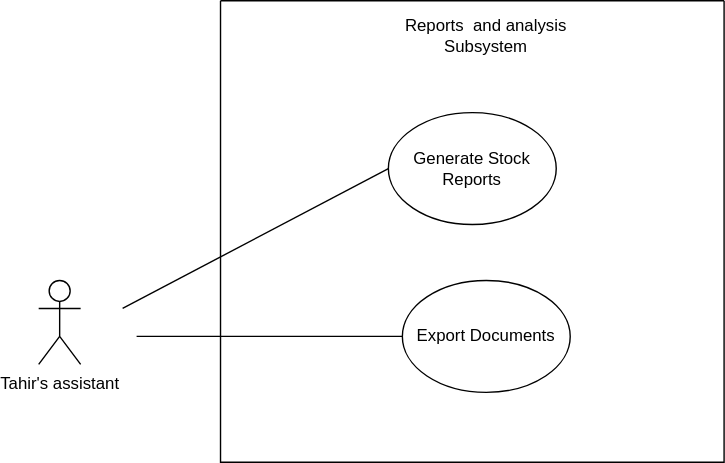
Earlier version of the draw.io export Reports_Analysis.svg (Simamkele88/IFM3_GP). Source tidied: cells renumbered, new cells last; positions are measured from the earlier drawing's top-left corner, leaving out a move shared by most shapes. Source of this version:
```xml
<mxGraphModel>
  <root>
    <mxCell id="0" />
    <mxCell id="1" parent="0" />
    <mxCell id="2" style="swimlane;startSize=0;" parent="1" vertex="1">
      <mxGeometry x="130" width="360" height="330" as="geometry" />
    </mxCell>
    <mxCell id="3" value="Reports&amp;nbsp; and analysis Subsystem" style="text;html=1;align=center;verticalAlign=middle;whiteSpace=wrap;rounded=0;" parent="2" vertex="1">
      <mxGeometry x="115" y="10" width="150" height="30" as="geometry" />
    </mxCell>
    <mxCell id="4" value="Generate Stock Reports" style="ellipse;whiteSpace=wrap;html=1;" parent="2" vertex="1">
      <mxGeometry x="120" y="80" width="120" height="80" as="geometry" />
    </mxCell>
    <mxCell id="5" value="Export Documents" style="ellipse;whiteSpace=wrap;html=1;" parent="2" vertex="1">
      <mxGeometry x="130" y="200" width="120" height="80" as="geometry" />
    </mxCell>
    <mxCell id="6" value="Tahir's assistant" style="shape=umlActor;verticalLabelPosition=bottom;verticalAlign=top;html=1;" parent="1" vertex="1">
      <mxGeometry y="200" width="30" height="60" as="geometry" />
    </mxCell>
    <mxCell id="7" style="endArrow=none;html=1;rounded=0;entryX=0;entryY=0.5;entryDx=0;entryDy=0;" parent="1" edge="1" target="4">
      <mxGeometry relative="1" as="geometry">
        <mxPoint x="60" y="220" as="sourcePoint" />
      </mxGeometry>
    </mxCell>
    <mxCell id="8" style="endArrow=none;html=1;rounded=0;entryX=0;entryY=0.5;entryDx=0;entryDy=0;" parent="1" edge="1" target="5">
      <mxGeometry relative="1" as="geometry">
        <mxPoint x="70" y="240" as="sourcePoint" />
      </mxGeometry>
    </mxCell>
  </root>
</mxGraphModel>
```
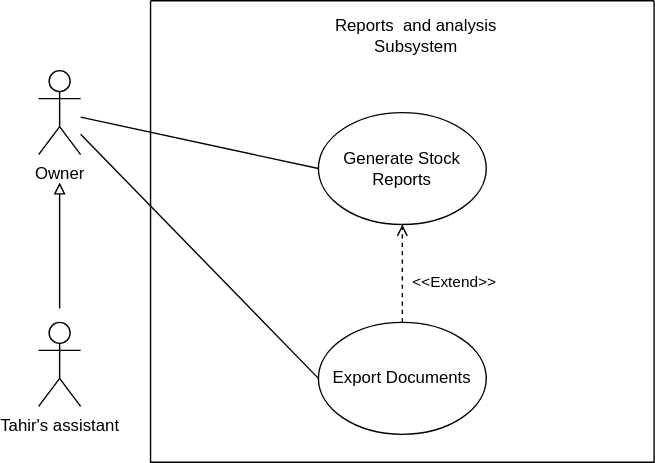
Above is the later version.

What changed in the source:
```diff
@@ -8,24 +8,37 @@
     <mxCell id="3" value="Reports&amp;nbsp; and analysis Subsystem" style="text;html=1;align=center;verticalAlign=middle;whiteSpace=wrap;rounded=0;" parent="2" vertex="1">
       <mxGeometry x="115" y="10" width="150" height="30" as="geometry" />
     </mxCell>
+    <mxCell id="9" style="edgeStyle=orthogonalEdgeStyle;rounded=0;jettySize=auto;html=1;dashed=1;endArrow=open;endFill=0;exitX=0.5;exitY=0;exitDx=0;exitDy=0;entryX=0.5;entryY=1;entryDx=0;entryDy=0;" parent="2" edge="1" source="5" target="4">
+      <mxGeometry relative="1" as="geometry" />
+    </mxCell>
+    <mxCell id="10" value="&amp;lt;&amp;lt;Extend&amp;gt;&amp;gt;" style="edgeLabel;html=1;align=center;verticalAlign=middle;rotation=0;" parent="9" vertex="1">
+      <mxGeometry x="-0.35" y="2" relative="1" as="geometry">
+        <mxPoint x="38" y="-7" as="offset" />
+      </mxGeometry>
+    </mxCell>
     <mxCell id="4" value="Generate Stock Reports" style="ellipse;whiteSpace=wrap;html=1;" parent="2" vertex="1">
       <mxGeometry x="120" y="80" width="120" height="80" as="geometry" />
     </mxCell>
     <mxCell id="5" value="Export Documents" style="ellipse;whiteSpace=wrap;html=1;" parent="2" vertex="1">
-      <mxGeometry x="130" y="200" width="120" height="80" as="geometry" />
+      <mxGeometry x="120" y="230" width="120" height="80" as="geometry" />
     </mxCell>
     <mxCell id="6" value="Tahir's assistant" style="shape=umlActor;verticalLabelPosition=bottom;verticalAlign=top;html=1;" parent="1" vertex="1">
-      <mxGeometry y="200" width="30" height="60" as="geometry" />
+      <mxGeometry x="50" y="230" width="30" height="60" as="geometry" />
     </mxCell>
-    <mxCell id="7" style="endArrow=none;html=1;rounded=0;entryX=0;entryY=0.5;entryDx=0;entryDy=0;" parent="1" edge="1" target="4">
-      <mxGeometry relative="1" as="geometry">
-        <mxPoint x="60" y="220" as="sourcePoint" />
-      </mxGeometry>
+    <mxCell id="7" style="endArrow=none;html=1;rounded=0;entryX=0;entryY=0.5;entryDx=0;entryDy=0;" parent="1" edge="1" source="11" target="4">
+      <mxGeometry relative="1" as="geometry" />
     </mxCell>
-    <mxCell id="8" style="endArrow=none;html=1;rounded=0;entryX=0;entryY=0.5;entryDx=0;entryDy=0;" parent="1" edge="1" target="5">
-      <mxGeometry relative="1" as="geometry">
-        <mxPoint x="70" y="240" as="sourcePoint" />
-      </mxGeometry>
+    <mxCell id="8" style="endArrow=none;html=1;rounded=0;entryX=0;entryY=0.5;entryDx=0;entryDy=0;" parent="1" edge="1" source="11" target="5">
+      <mxGeometry relative="1" as="geometry" />
     </mxCell>
+    <mxCell id="11" value="Owner" style="shape=umlActor;verticalLabelPosition=bottom;verticalAlign=top;html=1;outlineConnect=0;" parent="1" vertex="1">
+      <mxGeometry x="50" y="50" width="30" height="60" as="geometry" />
+    </mxCell>
+    <mxCell id="12" style="endArrow=block;html=1;rounded=0;endFill=0;" parent="1" edge="1">
+      <mxGeometry relative="1" as="geometry">
+        <mxPoint x="65" y="220" as="sourcePoint" />
+        <mxPoint x="65" y="130" as="targetPoint" />
+      </mxGeometry>
+    </mxCell>
   </root>
 </mxGraphModel>
```
